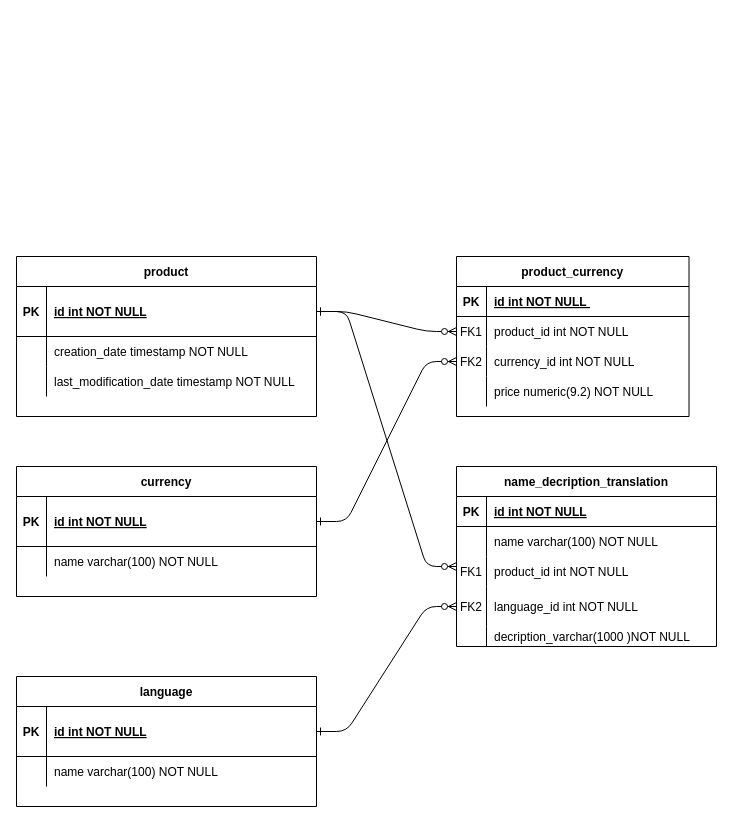
The draw.io diagram dbschema.drawio in AlexanderKuznetsov13/product-service, before the edit. Source tidied: cells renumbered, new cells numbered last; positions are measured from the earlier drawing's top-left corner, leaving out a move shared by most shapes. Both pictures are drawn from the tidied source at 100%, with x=0, y=0 at pixel (16, 256).
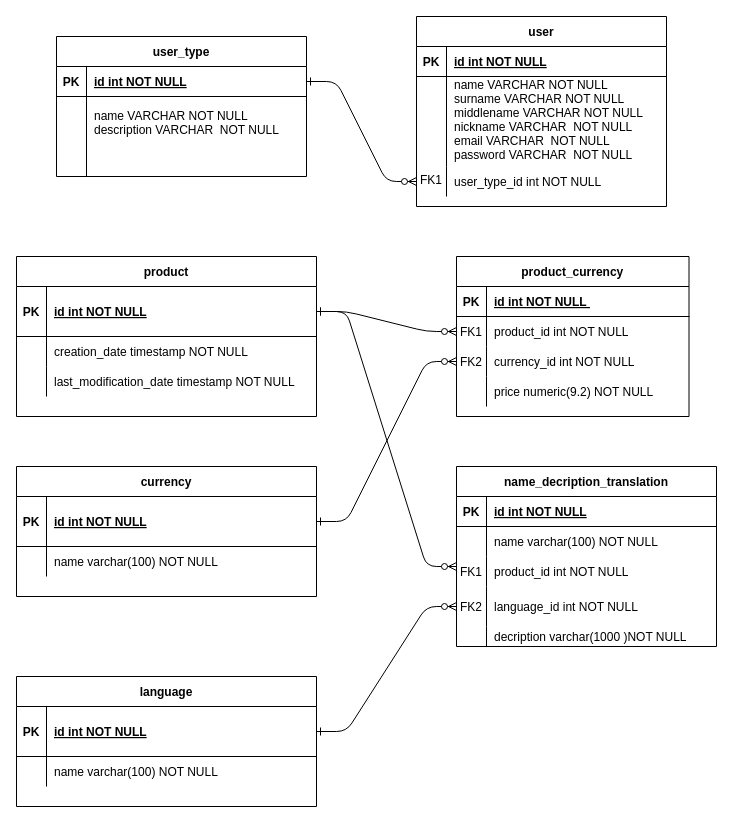
After the change.

Commit message (it also covers changes not shown here):
add user and usertype liquibase scripts

The change refers to these unchanged cells:
```xml
<mxCell id="52" style="shape=partialRectangle;fillColor=none;top=0;left=0;bottom=0;right=0;" parent="39" vertex="1">
  <mxGeometry y="160" width="260" height="20" as="geometry" />
</mxCell>
```

Change to the diagram source:
```diff
@@
-    <mxCell id="54" value="decription_varchar(1000 )NOT NULL" style="shape=partialRectangle;fillColor=none;top=0;left=0;bottom=0;right=0;align=left;spacingLeft=6;overflow=hidden;" parent="52" vertex="1">
+    <mxCell id="54" value="decription varchar(1000 )NOT NULL" style="shape=partialRectangle;fillColor=none;top=0;left=0;bottom=0;right=0;align=left;spacingLeft=6;overflow=hidden;" parent="52" vertex="1">
       <mxGeometry x="30" width="230" height="20" as="geometry" />
     </mxCell>
@@
+    <mxCell id="59" value="user" style="shape=table;startSize=30;childLayout=tableLayout;rowLines=0;fontStyle=1;align=center;" parent="1" vertex="1">
+      <mxGeometry x="400" y="-240" width="250" height="190" as="geometry" />
+    </mxCell>
+    <mxCell id="60" style="shape=partialRectangle;fillColor=none;points=[[0,0.5],[1,0.5]];portConstraint=eastwest;top=0;left=0;right=0;bottom=1;" parent="59" vertex="1">
+      <mxGeometry y="30" width="250" height="30" as="geometry" />
+    </mxCell>
+    <mxCell id="61" value="PK" style="shape=partialRectangle;overflow=hidden;fillColor=none;top=0;left=0;bottom=0;right=0;fontStyle=1;" parent="60" vertex="1">
+      <mxGeometry width="30" height="30" as="geometry" />
+    </mxCell>
+    <mxCell id="62" value="id int NOT NULL " style="shape=partialRectangle;overflow=hidden;fillColor=none;top=0;left=0;bottom=0;right=0;align=left;spacingLeft=6;fontStyle=5;" parent="60" vertex="1">
+      <mxGeometry x="30" width="220" height="30" as="geometry" />
+    </mxCell>
+    <mxCell id="63" style="shape=partialRectangle;fillColor=none;top=0;left=0;right=0;bottom=0;" parent="59" vertex="1">
+      <mxGeometry y="60" width="250" height="90" as="geometry" />
+    </mxCell>
+    <mxCell id="64" style="shape=partialRectangle;overflow=hidden;fillColor=none;top=0;left=0;bottom=0;right=0;" parent="63" vertex="1">
+      <mxGeometry width="30" height="90" as="geometry" />
+    </mxCell>
+    <mxCell id="65" value="name VARCHAR NOT NULL&#10;surname VARCHAR NOT NULL&#10;middlename VARCHAR NOT NULL&#10;nickname VARCHAR  NOT NULL&#10;email VARCHAR  NOT NULL&#10;password VARCHAR  NOT NULL&#10;" style="shape=partialRectangle;overflow=hidden;fillColor=none;top=0;left=0;bottom=0;right=0;align=left;spacingLeft=6;" parent="63" vertex="1">
+      <mxGeometry x="30" width="220" height="90" as="geometry" />
+    </mxCell>
+    <mxCell id="66" style="edgeStyle=orthogonalEdgeStyle;rounded=0;orthogonalLoop=1;jettySize=auto;html=1;exitX=1;exitY=0.5;exitDx=0;exitDy=0;" parent="59" edge="1" source="60" target="60">
+      <mxGeometry relative="1" as="geometry" />
+    </mxCell>
+    <mxCell id="67" style="shape=partialRectangle;fillColor=none;top=0;left=0;bottom=0;right=0;points=[[0,0.5],[1,0.5]];portConstraint=eastwest;verticalAlign=top;" parent="59" vertex="1">
+      <mxGeometry y="150" width="250" height="30" as="geometry" />
+    </mxCell>
+    <mxCell id="68" value="FK1" style="shape=partialRectangle;fillColor=none;top=0;left=0;bottom=0;right=0;fontStyle=0;overflow=hidden;verticalAlign=top;" parent="67" vertex="1">
+      <mxGeometry width="30" height="30" as="geometry" />
+    </mxCell>
+    <mxCell id="69" value="user_type_id int NOT NULL" style="shape=partialRectangle;fillColor=none;top=0;left=0;bottom=0;right=0;align=left;spacingLeft=6;fontStyle=0;overflow=hidden;" parent="67" vertex="1">
+      <mxGeometry x="30" width="220" height="30" as="geometry" />
+    </mxCell>
+    <mxCell id="70" value="user_type" style="shape=table;startSize=30;childLayout=tableLayout;rowLines=0;fontStyle=1;align=center;" parent="1" vertex="1">
+      <mxGeometry x="40" y="-220" width="250" height="140" as="geometry" />
+    </mxCell>
+    <mxCell id="71" style="shape=partialRectangle;fillColor=none;points=[[0,0.5],[1,0.5]];portConstraint=eastwest;top=0;left=0;right=0;bottom=1;" parent="70" vertex="1">
+      <mxGeometry y="30" width="250" height="30" as="geometry" />
+    </mxCell>
+    <mxCell id="72" value="PK" style="shape=partialRectangle;overflow=hidden;fillColor=none;top=0;left=0;bottom=0;right=0;fontStyle=1;" parent="71" vertex="1">
+      <mxGeometry width="30" height="30" as="geometry" />
+    </mxCell>
+    <mxCell id="73" value="id int NOT NULL " style="shape=partialRectangle;overflow=hidden;fillColor=none;top=0;left=0;bottom=0;right=0;align=left;spacingLeft=6;fontStyle=5;" parent="71" vertex="1">
+      <mxGeometry x="30" width="220" height="30" as="geometry" />
+    </mxCell>
+    <mxCell id="74" style="shape=partialRectangle;fillColor=none;top=0;left=0;right=0;bottom=0;" parent="70" vertex="1">
+      <mxGeometry y="60" width="250" height="80" as="geometry" />
+    </mxCell>
+    <mxCell id="75" style="shape=partialRectangle;overflow=hidden;fillColor=none;top=0;left=0;bottom=0;right=0;" parent="74" vertex="1">
+      <mxGeometry width="30" height="80" as="geometry" />
+    </mxCell>
+    <mxCell id="76" value="name VARCHAR NOT NULL&#10;description VARCHAR  NOT NULL&#10;&#10;" style="shape=partialRectangle;overflow=hidden;fillColor=none;top=0;left=0;bottom=0;right=0;align=left;spacingLeft=6;" parent="74" vertex="1">
+      <mxGeometry x="30" width="220" height="80" as="geometry" />
+    </mxCell>
+    <mxCell id="77" style="edgeStyle=entityRelationEdgeStyle;endArrow=ERzeroToMany;startArrow=ERone;endFill=1;startFill=0;" parent="1" edge="1" source="71" target="67">
+      <mxGeometry relative="1" as="geometry" />
+    </mxCell>
```
